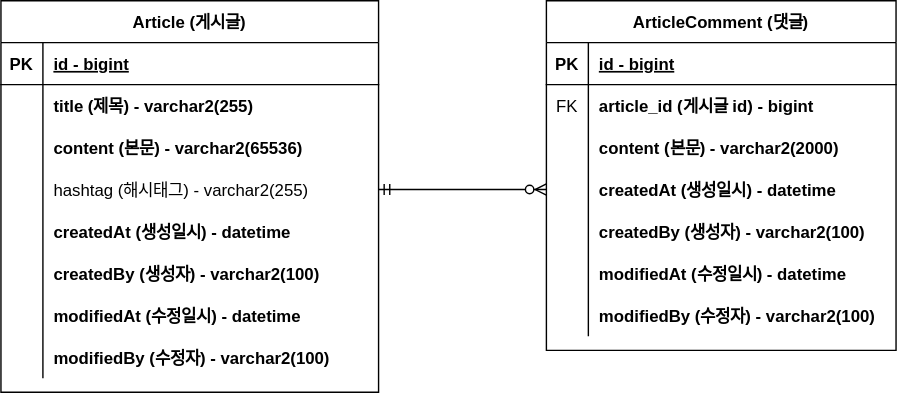
Before: wise-groupware/document/group-ware.drawio.svg, a diagram exported from draw.io (dongeranguk/wise-groupware). Source tidied: cells renumbered, new cells last; positions are measured from the earlier drawing's top-left corner, leaving out a move shared by most shapes.
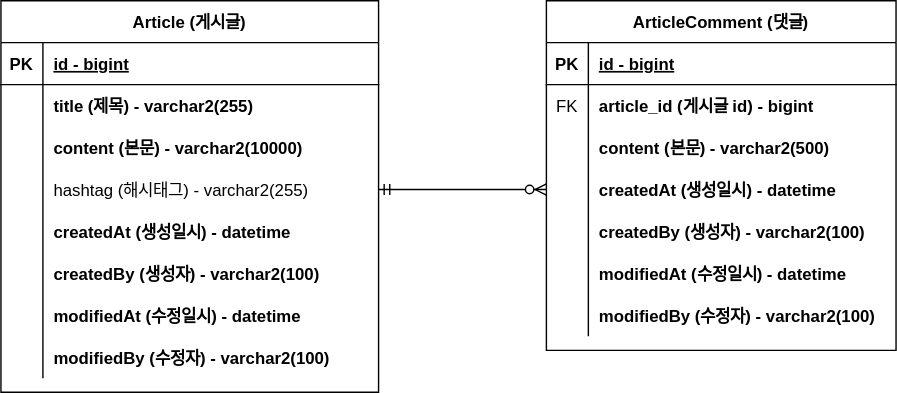
The same diagram one commit later.

Commit message:
#11 - ERD 업데이트 : content 사이즈 변경

게시글과 댓글의 본문 사이즈가 너무 커서, 적당한 크기로 줄여준다.
이때, 게시글의 본문의 사이즈는 10000자로 하였는데 인덱스의 한도를 벗어나므로 인덱스를 걸지 않을 것이고,
댓글 본문에는 인덱스를 걸 수 있도록 500자로 변경하였다.

The edit, as a diff of the source:
```diff
@@ -29,7 +29,7 @@
     <mxCell id="10" style="shape=partialRectangle;overflow=hidden;fillColor=none;top=0;left=0;bottom=0;right=0;" parent="9" vertex="1">
       <mxGeometry width="30" height="30" as="geometry" />
     </mxCell>
-    <mxCell id="11" value="content (본문) - varchar2(2000)" style="shape=partialRectangle;overflow=hidden;fillColor=none;top=0;left=0;bottom=0;right=0;align=left;spacingLeft=6;fontStyle=1;" parent="9" vertex="1">
+    <mxCell id="11" value="content (본문) - varchar2(500)" style="shape=partialRectangle;overflow=hidden;fillColor=none;top=0;left=0;bottom=0;right=0;align=left;spacingLeft=6;fontStyle=1;" parent="9" vertex="1">
       <mxGeometry x="30" width="220" height="30" as="geometry" />
     </mxCell>
     <mxCell id="12" style="shape=partialRectangle;fillColor=none;points=[[0,0.5],[1,0.5]];portConstraint=eastwest;top=0;left=0;right=0;bottom=0;" parent="2" vertex="1">
@@ -95,7 +95,7 @@
     <mxCell id="32" style="shape=partialRectangle;overflow=hidden;fillColor=none;top=0;left=0;bottom=0;right=0;" parent="31" vertex="1">
       <mxGeometry width="30" height="30" as="geometry" />
     </mxCell>
-    <mxCell id="33" value="content (본문) - varchar2(65536)" style="shape=partialRectangle;overflow=hidden;fillColor=none;top=0;left=0;bottom=0;right=0;align=left;spacingLeft=6;fontStyle=1;" parent="31" vertex="1">
+    <mxCell id="33" value="content (본문) - varchar2(10000)" style="shape=partialRectangle;overflow=hidden;fillColor=none;top=0;left=0;bottom=0;right=0;align=left;spacingLeft=6;fontStyle=1;" parent="31" vertex="1">
       <mxGeometry x="30" width="240" height="30" as="geometry" />
     </mxCell>
     <mxCell id="34" style="shape=partialRectangle;fillColor=none;points=[[0,0.5],[1,0.5]];portConstraint=eastwest;top=0;left=0;right=0;bottom=0;" parent="24" vertex="1">
```
